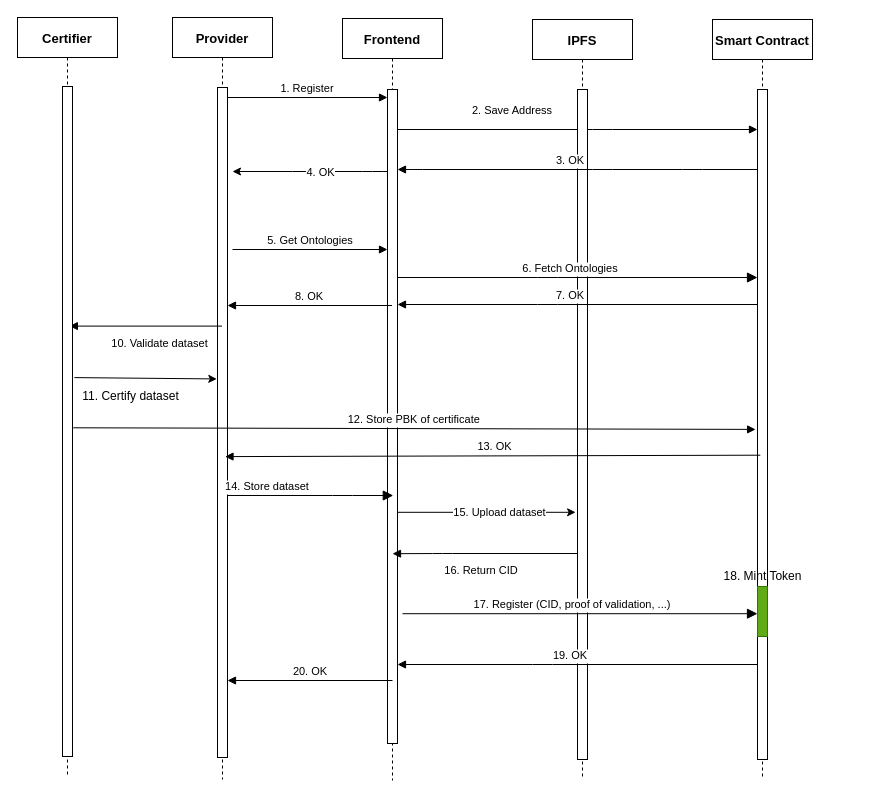
This is diagrams/sequence_diagram/provider.drawio from taia-x/taia-x, a draw.io file, before an edit. Source tidied: cells renumbered, new cells numbered last; positions are measured from the earlier drawing's top-left corner, leaving out a move shared by most shapes. Both pictures are drawn from the tidied source at 100%, with x=0, y=0 at pixel (17, 17).
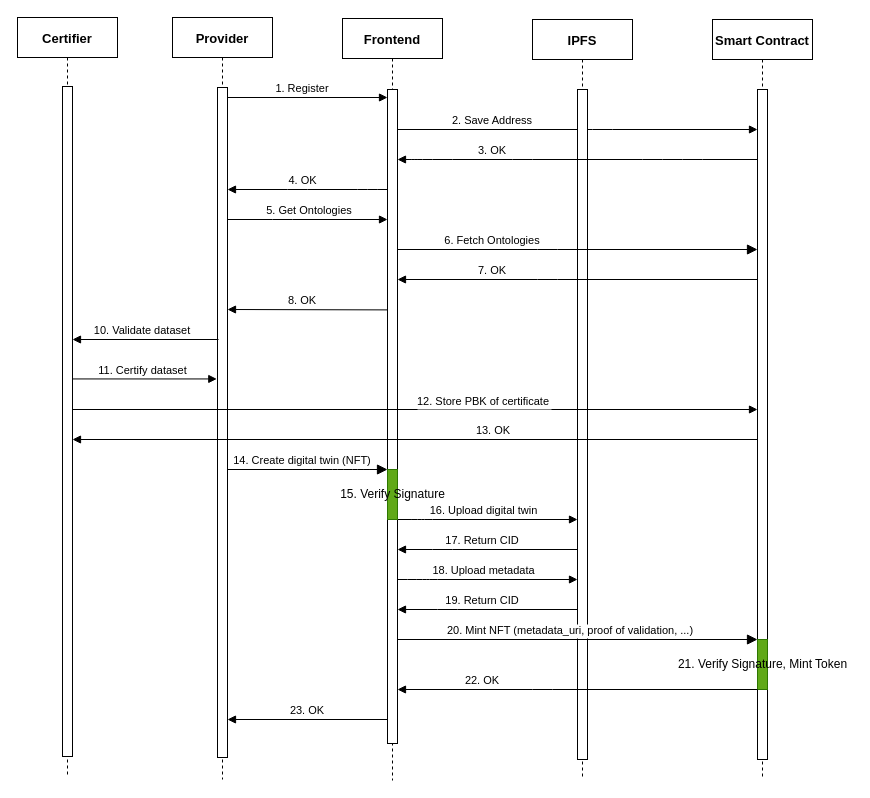
The same page after the edit.

Unchanged cells that the change refers to:
```xml
<mxCell id="2" value="Provider" style="shape=umlLifeline;perimeter=lifelinePerimeter;rounded=0;shadow=0;strokeWidth=1;fontStyle=1;fontSize=13;" parent="1" vertex="1">
  <mxGeometry x="155" width="100" height="762" as="geometry" />
</mxCell>
<mxCell id="5" style="points=[];perimeter=orthogonalPerimeter;rounded=0;shadow=0;strokeWidth=1;" parent="2" vertex="1">
  <mxGeometry x="45" y="70" width="10" height="670" as="geometry" />
</mxCell>
<mxCell id="6" value="Frontend" style="shape=umlLifeline;perimeter=lifelinePerimeter;rounded=0;shadow=0;strokeWidth=1;fontStyle=1;fontSize=13;" parent="1" vertex="1">
  <mxGeometry x="325" y="1" width="100" height="762" as="geometry" />
</mxCell>
<mxCell id="7" style="points=[];perimeter=orthogonalPerimeter;rounded=0;shadow=0;strokeWidth=1;" parent="6" vertex="1">
  <mxGeometry x="45" y="71" width="10" height="654" as="geometry" />
</mxCell>
<mxCell id="13" style="points=[];perimeter=orthogonalPerimeter;rounded=0;shadow=0;strokeWidth=1;" parent="12" vertex="1">
  <mxGeometry x="45" y="70" width="10" height="670" as="geometry" />
</mxCell>
<mxCell id="30" style="group;" parent="1" vertex="1">
  <mxGeometry width="130" height="760" as="geometry" />
</mxCell>
<mxCell id="32" style="points=[];perimeter=orthogonalPerimeter;rounded=0;shadow=0;strokeWidth=1;" parent="30" vertex="1">
  <mxGeometry x="45" y="69" width="10" height="670" as="geometry" />
</mxCell>
```

What changed in the source:
```diff
@@
-    <mxCell id="3" style="endArrow=classic;html=1;" parent="2" edge="1">
-      <mxGeometry relative="1" as="geometry">
-        <mxPoint x="219.5" y="154" as="sourcePoint" />
-        <mxPoint x="60" y="154" as="targetPoint" />
-        <Array as="points">
-          <mxPoint x="200" y="154" />
-          <mxPoint x="130" y="154" />
-        </Array>
-      </mxGeometry>
-    </mxCell>
-    <mxCell id="4" value="4. OK" style="edgeLabel;html=1;align=center;verticalAlign=middle;" parent="3" vertex="1">
-      <mxGeometry x="-0.1" relative="1" as="geometry" />
-    </mxCell>
@@
     <mxCell id="8" value="1. Register" style="verticalAlign=bottom;endArrow=block;entryX=0;entryY=0;shadow=0;strokeWidth=1;" parent="1" edge="1">
-      <mxGeometry relative="1" as="geometry">
+      <mxGeometry x="-0.06" relative="1" as="geometry">
         <mxPoint x="210" y="80" as="sourcePoint" />
         <mxPoint x="370" y="80" as="targetPoint" />
       </mxGeometry>
     </mxCell>
     <mxCell id="9" value="2. Save Address" style="verticalAlign=bottom;endArrow=block;shadow=0;strokeWidth=1;" parent="1" edge="1" source="7" target="13">
-      <mxGeometry x="-0.36" y="10" relative="1" as="geometry">
+      <mxGeometry x="-0.47" relative="1" as="geometry">
         <Array as="points">
           <mxPoint x="585" y="112" />
         </Array>
       </mxGeometry>
     </mxCell>
@@
     <mxCell id="14" value="3. OK" style="verticalAlign=bottom;endArrow=none;shadow=0;strokeWidth=1;startArrow=block;startFill=1;endFill=0;" parent="1" edge="1" source="7" target="13">
-      <mxGeometry x="-0.04" relative="1" as="geometry">
+      <mxGeometry x="-0.47" relative="1" as="geometry">
         <Array as="points">
-          <mxPoint x="395" y="152" />
-          <mxPoint x="585" y="152" />
-          <mxPoint x="675" y="152" />
+          <mxPoint x="395" y="142" />
+          <mxPoint x="425" y="142" />
+          <mxPoint x="505" y="142" />
+          <mxPoint x="635" y="142" />
+          <mxPoint x="675" y="142" />
         </Array>
       </mxGeometry>
     </mxCell>
@@
-    <mxCell id="16" value="5. Get Ontologies" style="verticalAlign=bottom;endArrow=block;shadow=0;strokeWidth=1;" parent="1" edge="1" target="7">
-      <mxGeometry relative="1" as="geometry">
-        <mxPoint x="215" y="232" as="sourcePoint" />
+    <mxCell id="16" value="5. Get Ontologies" style="verticalAlign=bottom;endArrow=block;shadow=0;strokeWidth=1;" parent="1" edge="1" source="5" target="7">
+      <mxGeometry x="0.03" relative="1" as="geometry">
+        <Array as="points">
+          <mxPoint x="265" y="202" />
+        </Array>
       </mxGeometry>
     </mxCell>
     <mxCell id="17" value="6. Fetch Ontologies" style="verticalAlign=bottom;endArrow=block;endSize=8;shadow=0;strokeWidth=1;endFill=1;" parent="1" edge="1">
-      <mxGeometry x="-0.04" relative="1" as="geometry">
-        <mxPoint x="380" y="260" as="sourcePoint" />
-        <mxPoint x="740" y="260" as="targetPoint" />
+      <mxGeometry x="-0.47" relative="1" as="geometry">
+        <mxPoint x="380" y="232" as="sourcePoint" />
+        <mxPoint x="740" y="232" as="targetPoint" />
         <Array as="points">
-          <mxPoint x="530" y="260" />
+          <mxPoint x="530" y="232" />
         </Array>
       </mxGeometry>
     </mxCell>
     <mxCell id="18" value="7. OK" style="verticalAlign=bottom;endArrow=none;endSize=8;shadow=0;strokeWidth=1;endFill=0;startArrow=block;startFill=1;" parent="1" edge="1">
-      <mxGeometry x="-0.04" relative="1" as="geometry">
-        <mxPoint x="380" y="287" as="sourcePoint" />
-        <mxPoint x="740" y="287" as="targetPoint" />
+      <mxGeometry x="-0.47" relative="1" as="geometry">
+        <mxPoint x="380" y="262" as="sourcePoint" />
+        <mxPoint x="740" y="262" as="targetPoint" />
         <Array as="points">
-          <mxPoint x="530" y="287" />
+          <mxPoint x="530" y="262" />
         </Array>
       </mxGeometry>
     </mxCell>
-    <mxCell id="19" value="8. OK" style="verticalAlign=bottom;endArrow=none;shadow=0;strokeWidth=1;startArrow=block;startFill=1;endFill=0;" parent="1" edge="1">
-      <mxGeometry relative="1" as="geometry">
-        <mxPoint x="210" y="288" as="sourcePoint" />
-        <mxPoint x="374.5" y="288" as="targetPoint" />
+    <mxCell id="19" value="8. OK" style="verticalAlign=bottom;endArrow=none;shadow=0;strokeWidth=1;startArrow=block;startFill=1;endFill=0;entryX=-0.01;entryY=0.337;entryDx=0;entryDy=0;entryPerimeter=0;" parent="1" edge="1" target="7">
+      <mxGeometry x="-0.06" relative="1" as="geometry">
+        <mxPoint x="210" y="292" as="sourcePoint" />
       </mxGeometry>
     </mxCell>
-    <mxCell id="20" value="17. Register (CID, proof of validation, ...)" style="verticalAlign=bottom;endArrow=block;endSize=8;shadow=0;strokeWidth=1;endFill=1;exitX=1.5;exitY=0.797;exitDx=0;exitDy=0;exitPerimeter=0;" parent="1" edge="1">
+    <mxCell id="20" value="20. Mint NFT (metadata_uri, proof of validation, ...)" style="verticalAlign=bottom;endArrow=block;endSize=8;shadow=0;strokeWidth=1;endFill=1;" parent="1" edge="1">
       <mxGeometry x="-0.04" relative="1" as="geometry">
-        <mxPoint x="385" y="596.2" as="sourcePoint" />
-        <mxPoint x="740" y="596.2" as="targetPoint" />
+        <mxPoint x="380" y="622" as="sourcePoint" />
+        <mxPoint x="740" y="622" as="targetPoint" />
       </mxGeometry>
     </mxCell>
-    <mxCell id="21" value="10. Validate dataset" style="verticalAlign=bottom;endArrow=block;shadow=0;strokeWidth=1;entryX=0.519;entryY=0.414;entryDx=0;entryDy=0;entryPerimeter=0;" parent="1" edge="1">
-      <mxGeometry x="-0.19" y="26" relative="1" as="geometry">
-        <mxPoint x="204.5" y="308.6" as="sourcePoint" />
-        <mxPoint x="51.9" y="308.6" as="targetPoint" />
-      </mxGeometry>
-    </mxCell>
-    <mxCell id="22" value="13. OK" style="verticalAlign=bottom;endArrow=none;endSize=8;shadow=0;strokeWidth=1;endFill=0;startArrow=block;startFill=1;entryX=0.282;entryY=0.516;entryDx=0;entryDy=0;entryPerimeter=0;exitX=0.525;exitY=0.55;exitDx=0;exitDy=0;exitPerimeter=0;" parent="1" edge="1">
-      <mxGeometry x="0.01" relative="1" as="geometry">
-        <mxPoint x="207.5" y="439.1" as="sourcePoint" />
-        <mxPoint x="742.8" y="437.7" as="targetPoint" />
+    <mxCell id="22" value="13. OK" style="verticalAlign=bottom;endArrow=none;endSize=8;shadow=0;strokeWidth=1;endFill=0;startArrow=block;startFill=1;entryX=0.282;entryY=0.516;entryDx=0;entryDy=0;entryPerimeter=0;" parent="1" edge="1" source="32">
+      <mxGeometry x="0.23" relative="1" as="geometry">
+        <mxPoint x="740" y="422" as="targetPoint" />
       </mxGeometry>
     </mxCell>
-    <mxCell id="23" value="14. Store dataset" style="verticalAlign=bottom;endArrow=block;endSize=8;shadow=0;strokeWidth=1;endFill=1;startArrow=none;startFill=0;entryX=0.508;entryY=0.626;entryDx=0;entryDy=0;entryPerimeter=0;" parent="1" edge="1" target="6">
-      <mxGeometry x="-0.52" relative="1" as="geometry">
-        <mxPoint x="210" y="478" as="sourcePoint" />
+    <mxCell id="23" value="14. Create digital twin (NFT)" style="verticalAlign=bottom;endArrow=block;endSize=8;shadow=0;strokeWidth=1;endFill=1;startArrow=none;startFill=0;" parent="1" edge="1" source="5" target="7">
+      <mxGeometry x="-0.06" relative="1" as="geometry">
         <Array as="points">
-          <mxPoint x="325" y="478" />
+          <mxPoint x="305" y="452" />
+          <mxPoint x="325" y="452" />
+          <mxPoint x="345" y="452" />
         </Array>
       </mxGeometry>
     </mxCell>
     <mxCell id="24" style="perimeter=orthogonalPerimeter;rounded=0;shadow=0;strokeWidth=1;fillColor=#60a917;strokeColor=#2D7600;fontColor=#ffffff;" parent="1" vertex="1">
-      <mxGeometry x="740" y="569" width="10" height="50" as="geometry" />
+      <mxGeometry x="740" y="622" width="10" height="50" as="geometry" />
     </mxCell>
-    <mxCell id="25" value="18. Mint Token" style="text;html=1;align=center;verticalAlign=middle;strokeColor=none;" parent="1" vertex="1">
-      <mxGeometry x="700" y="549" width="90" height="20" as="geometry" />
+    <mxCell id="25" value="21. Verify Signature, Mint Token" style="text;html=1;align=center;verticalAlign=middle;strokeColor=none;" parent="1" vertex="1">
+      <mxGeometry x="655" y="637" width="180" height="20" as="geometry" />
     </mxCell>
-    <mxCell id="26" value="20. OK" style="verticalAlign=bottom;endArrow=none;shadow=0;strokeWidth=1;startArrow=block;startFill=1;endFill=0;" parent="1" edge="1">
+    <mxCell id="26" value="23. OK" style="verticalAlign=bottom;endArrow=none;shadow=0;strokeWidth=1;startArrow=block;startFill=1;endFill=0;" parent="1" edge="1">
       <mxGeometry relative="1" as="geometry">
-        <mxPoint x="210" y="663" as="sourcePoint" />
-        <mxPoint x="375" y="663" as="targetPoint" />
+        <mxPoint x="210" y="702" as="sourcePoint" />
+        <mxPoint x="370" y="702" as="targetPoint" />
       </mxGeometry>
     </mxCell>
-    <mxCell id="27" value="12. Store PBK of certificate" style="verticalAlign=bottom;endArrow=block;shadow=0;strokeWidth=1;exitX=1.076;exitY=0.478;exitDx=0;exitDy=0;exitPerimeter=0;entryX=-0.188;entryY=0.476;entryDx=0;entryDy=0;entryPerimeter=0;" parent="1" edge="1">
-      <mxGeometry relative="1" as="geometry">
-        <mxPoint x="55.8" y="410.3" as="sourcePoint" />
-        <mxPoint x="738.1" y="411.9" as="targetPoint" />
+    <mxCell id="27" value="12. Store PBK of certificate" style="verticalAlign=bottom;endArrow=block;shadow=0;strokeWidth=1;exitX=1.076;exitY=0.478;exitDx=0;exitDy=0;exitPerimeter=0;" parent="1" edge="1" target="13">
+      <mxGeometry x="0.2" y="-1" relative="1" as="geometry">
+        <mxPoint x="55" y="392" as="sourcePoint" />
       </mxGeometry>
     </mxCell>
-    <mxCell id="28" value="16. Return CID" style="verticalAlign=bottom;endArrow=none;endSize=8;shadow=0;strokeWidth=1;endFill=0;startArrow=block;startFill=1;exitX=0.5;exitY=0.67;exitDx=0;exitDy=0;exitPerimeter=0;" parent="1" edge="1">
-      <mxGeometry x="-0.03" y="-26" relative="1" as="geometry">
-        <mxPoint x="375" y="536.2" as="sourcePoint" />
-        <mxPoint x="560" y="536" as="targetPoint" />
+    <mxCell id="28" value="17. Return CID" style="verticalAlign=bottom;endArrow=none;endSize=8;shadow=0;strokeWidth=1;endFill=0;startArrow=block;startFill=1;" parent="1" edge="1">
+      <mxGeometry x="-0.06" relative="1" as="geometry">
+        <mxPoint x="380" y="532" as="sourcePoint" />
+        <mxPoint x="560" y="532" as="targetPoint" />
         <Array as="points">
-          <mxPoint x="425" y="536" />
+          <mxPoint x="425" y="532" />
         </Array>
-        <mxPoint x="-1" as="offset" />
       </mxGeometry>
     </mxCell>
-    <mxCell id="29" value="19. OK" style="verticalAlign=bottom;endArrow=none;endSize=8;shadow=0;strokeWidth=1;endFill=0;startArrow=block;startFill=1;" parent="1" edge="1">
-      <mxGeometry x="-0.04" relative="1" as="geometry">
-        <mxPoint x="380" y="647" as="sourcePoint" />
-        <mxPoint x="740" y="647" as="targetPoint" />
+    <mxCell id="29" value="22. OK" style="verticalAlign=bottom;endArrow=none;endSize=8;shadow=0;strokeWidth=1;endFill=0;startArrow=block;startFill=1;" parent="1" edge="1">
+      <mxGeometry x="-0.53" relative="1" as="geometry">
+        <mxPoint x="380" y="672" as="sourcePoint" />
+        <mxPoint x="740" y="672" as="targetPoint" />
         <Array as="points">
-          <mxPoint x="525" y="647" />
+          <mxPoint x="525" y="672" />
         </Array>
       </mxGeometry>
     </mxCell>
@@
+    <mxCell id="21" value="10. Validate dataset" style="verticalAlign=bottom;endArrow=block;shadow=0;strokeWidth=1;entryX=0.519;entryY=0.414;entryDx=0;entryDy=0;entryPerimeter=0;" parent="30" edge="1">
+      <mxGeometry x="0.04" relative="1" as="geometry">
+        <mxPoint x="201" y="322" as="sourcePoint" />
+        <mxPoint x="55" y="322" as="targetPoint" />
+      </mxGeometry>
+    </mxCell>
-    <mxCell id="33" style="endArrow=classic;html=1;entryX=-0.188;entryY=0.625;entryDx=0;entryDy=0;entryPerimeter=0;" parent="1" edge="1">
+    <mxCell id="33" style="endArrow=block;html=1;endFill=1;" parent="1" edge="1">
       <mxGeometry relative="1" as="geometry">
-        <mxPoint x="380" y="494.8" as="sourcePoint" />
-        <mxPoint x="558.1" y="494.8" as="targetPoint" />
+        <mxPoint x="380" y="502" as="sourcePoint" />
+        <mxPoint x="560" y="502" as="targetPoint" />
+        <Array as="points">
+          <mxPoint x="395" y="502" />
+          <mxPoint x="405" y="502" />
+        </Array>
       </mxGeometry>
     </mxCell>
-    <mxCell id="34" value="15. Upload dataset" style="edgeLabel;html=1;align=center;verticalAlign=middle;" parent="33" vertex="1">
-      <mxGeometry x="0.13" relative="1" as="geometry" />
+    <mxCell id="34" value="16. Upload digital twin" style="edgeLabel;html=1;align=center;verticalAlign=middle;" parent="33" vertex="1">
+      <mxGeometry x="0.13" relative="1" as="geometry">
+        <mxPoint x="-17" y="-10" as="offset" />
+      </mxGeometry>
     </mxCell>
-    <mxCell id="35" style="endArrow=classic;html=1;exitX=1.194;exitY=0.427;exitDx=0;exitDy=0;exitPerimeter=0;entryX=-0.071;entryY=0.435;entryDx=0;entryDy=0;entryPerimeter=0;" parent="1" edge="1" target="5">
-      <mxGeometry relative="1" as="geometry">
-        <mxPoint x="56.9" y="360.1" as="sourcePoint" />
-      </mxGeometry>
+    <mxCell id="35" style="endArrow=block;html=1;entryX=-0.071;entryY=0.435;entryDx=0;entryDy=0;entryPerimeter=0;endFill=1;" parent="1" edge="1" source="32" target="5">
+      <mxGeometry relative="1" as="geometry" />
     </mxCell>
-    <mxCell id="36" value="&lt;span style=&quot;font-size: 12px&quot;&gt;11. Certify&amp;nbsp;dataset&lt;/span&gt;" style="edgeLabel;html=1;align=center;verticalAlign=middle;" parent="35" vertex="1">
+    <mxCell id="36" value="&lt;span style=&quot;font-size: 11px;&quot;&gt;11. Certify&amp;nbsp;dataset&lt;/span&gt;" style="edgeLabel;html=1;align=center;verticalAlign=middle;fontSize=11;" parent="35" vertex="1">
       <mxGeometry x="0.17" y="-3" relative="1" as="geometry">
-        <mxPoint x="-27" y="15" as="offset" />
+        <mxPoint x="-15" y="-12" as="offset" />
       </mxGeometry>
     </mxCell>
+    <mxCell id="3" style="endArrow=block;html=1;endFill=1;" parent="1" edge="1">
+      <mxGeometry relative="1" as="geometry">
+        <mxPoint x="369.5" y="172" as="sourcePoint" />
+        <mxPoint x="210" y="172" as="targetPoint" />
+        <Array as="points">
+          <mxPoint x="350" y="172" />
+          <mxPoint x="280" y="172" />
+        </Array>
+      </mxGeometry>
+    </mxCell>
+    <mxCell id="4" value="4. OK" style="edgeLabel;html=1;align=center;verticalAlign=middle;" parent="3" vertex="1">
+      <mxGeometry x="-0.1" relative="1" as="geometry">
+        <mxPoint x="-13" y="-10" as="offset" />
+      </mxGeometry>
+    </mxCell>
+    <mxCell id="37" style="endArrow=block;html=1;endFill=1;" parent="1" edge="1">
+      <mxGeometry relative="1" as="geometry">
+        <mxPoint x="380" y="562" as="sourcePoint" />
+        <mxPoint x="560" y="562" as="targetPoint" />
+        <Array as="points">
+          <mxPoint x="400" y="562" />
+          <mxPoint x="410" y="562" />
+        </Array>
+      </mxGeometry>
+    </mxCell>
+    <mxCell id="38" value="18. Upload metadata" style="edgeLabel;html=1;align=center;verticalAlign=middle;" parent="37" vertex="1">
+      <mxGeometry x="0.13" relative="1" as="geometry">
+        <mxPoint x="-17" y="-10" as="offset" />
+      </mxGeometry>
+    </mxCell>
+    <mxCell id="39" value="19. Return CID" style="verticalAlign=bottom;endArrow=none;endSize=8;shadow=0;strokeWidth=1;endFill=0;startArrow=block;startFill=1;" parent="1" edge="1">
+      <mxGeometry x="-0.06" relative="1" as="geometry">
+        <mxPoint x="380" y="592" as="sourcePoint" />
+        <mxPoint x="560" y="592" as="targetPoint" />
+        <Array as="points">
+          <mxPoint x="430" y="592" />
+        </Array>
+      </mxGeometry>
+    </mxCell>
+    <mxCell id="40" style="perimeter=orthogonalPerimeter;rounded=0;shadow=0;strokeWidth=1;fillColor=#60a917;strokeColor=#2D7600;fontColor=#ffffff;" parent="1" vertex="1">
+      <mxGeometry x="370" y="452" width="10" height="50" as="geometry" />
+    </mxCell>
+    <mxCell id="41" value="15. Verify Signature" style="text;html=1;align=center;verticalAlign=middle;strokeColor=none;" parent="1" vertex="1">
+      <mxGeometry x="315" y="467" width="120" height="20" as="geometry" />
+    </mxCell>
```
